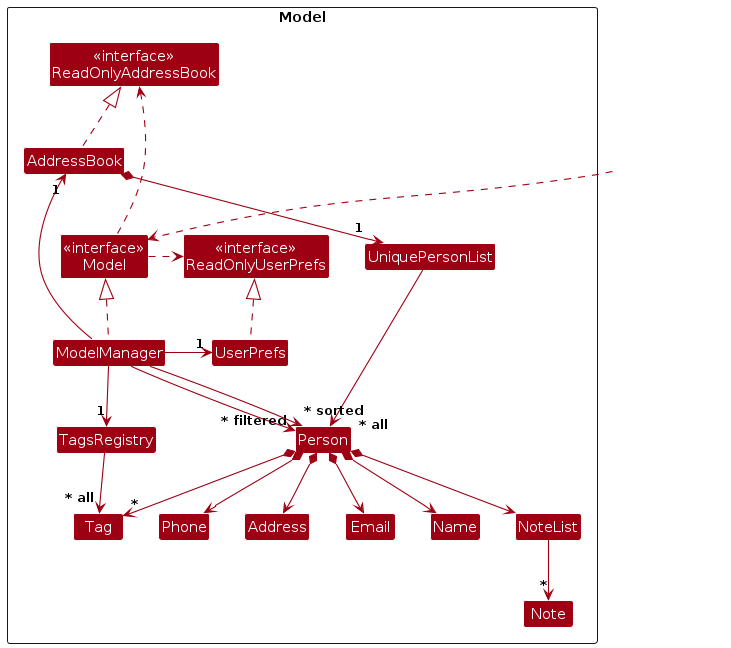
The PlantUML diagram diagrams/ModelClassDiagram.png in AY2526S2-CS2103T-T15-4/tp, before a commit. Its source is kept beside it as diagrams/ModelClassDiagram.puml.
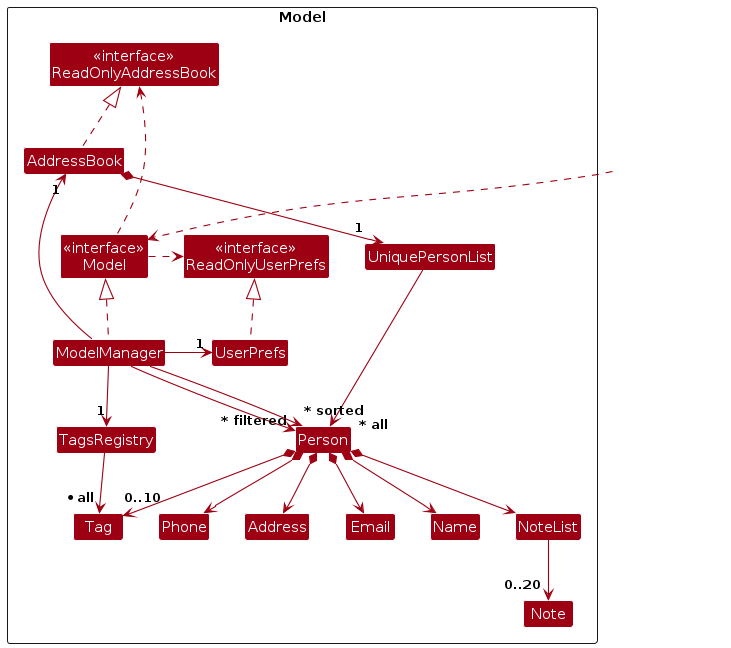
The same diagram one commit later.

Diff of the diagram source:
```diff
@@ -44,10 +44,10 @@
 Person *--> Phone
 Person *--> Email
 Person *--> Address
-Person *--> "*" Tag
+Person *--> "0..10" Tag
 Person *--> NoteList
 
-NoteList --> "*" Note
+NoteList --> "0..20" Note
 
 Person -[hidden]up--> I
 UniquePersonList -[hidden]right-> I
@@ -59,5 +59,5 @@
 ModelManager --> "~* filtered" Person
 ModelManager --> "~* sorted" Person
 ModelManager -right-> "1" TagsRegistry
-TagsRegistry --> "~* all" Tag
+TagsRegistry --> "* all" Tag
 @enduml
```
